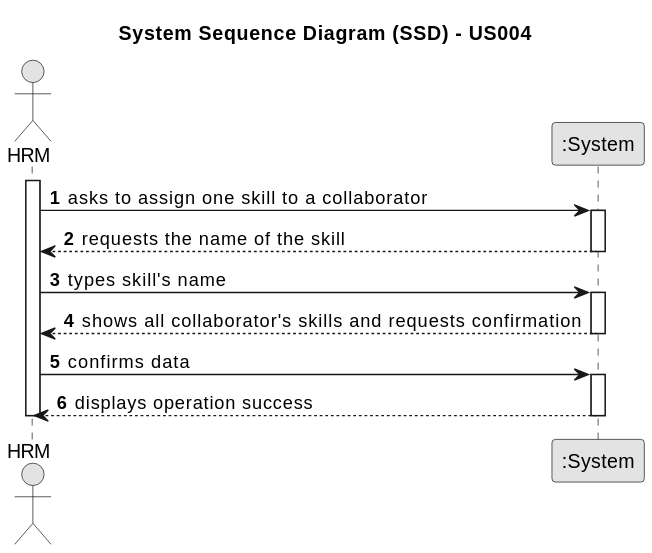
Before: docs/sprintA/us004/01.requirements-engineering/svg/us004-system-sequence-diagram.svg, a diagram exported from PlantUML (Departamento-de-Engenharia-Informatica/lei-24-s2-1dm-g132).
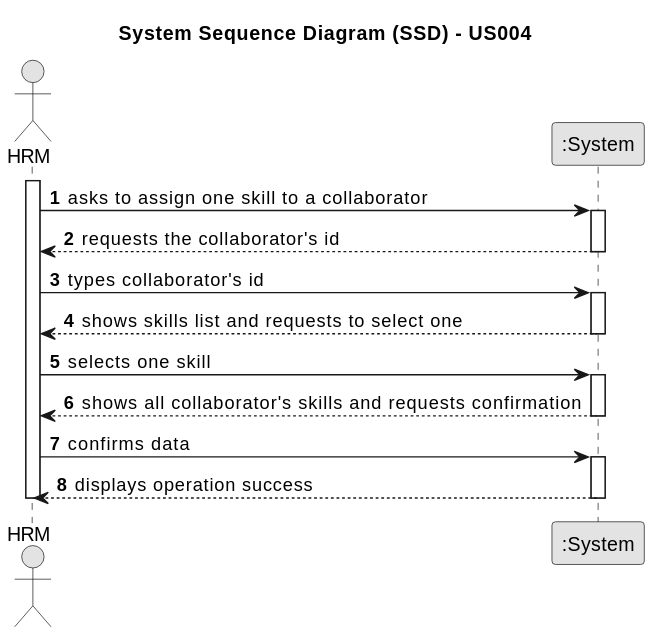
Above is the later version.

Change to the diagram source:
```diff
@@ -15,10 +15,16 @@
     Employee -> System : asks to assign one skill to a collaborator
     activate System
 
-    System --> Employee : requests the name of the skill
+    System --> Employee : requests the collaborator's id
     deactivate System
 
-    Employee -> System : types skill's name
+    Employee -> System : types collaborator's id
+    activate System
+
+    System --> Employee : shows skills list and requests to select one
+    deactivate System
+
+    Employee -> System : selects one skill
     activate System
 
     System --> Employee : shows all collaborator's skills and requests confirmation
```
